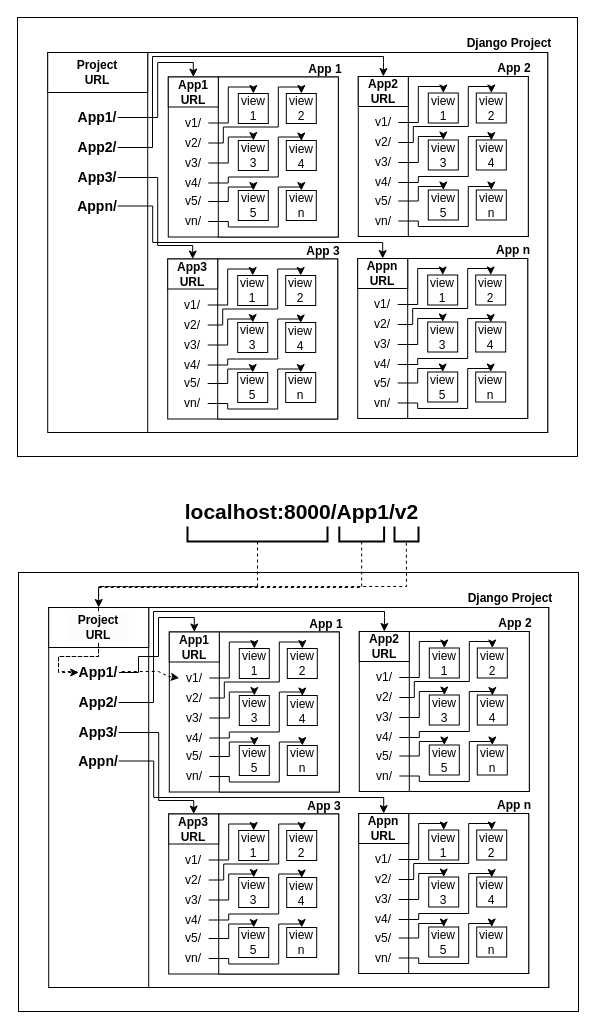
Earlier version of the draw.io diagram Diagram/Django Architecture.drawio (jb-sio/flowchart). Source tidied: cells renumbered, new cells numbered last; positions are measured from the earlier drawing's top-left corner, leaving out a move shared by most shapes. Both pictures are drawn from the tidied source at 100%, with x=0, y=0 at pixel (17, 17).
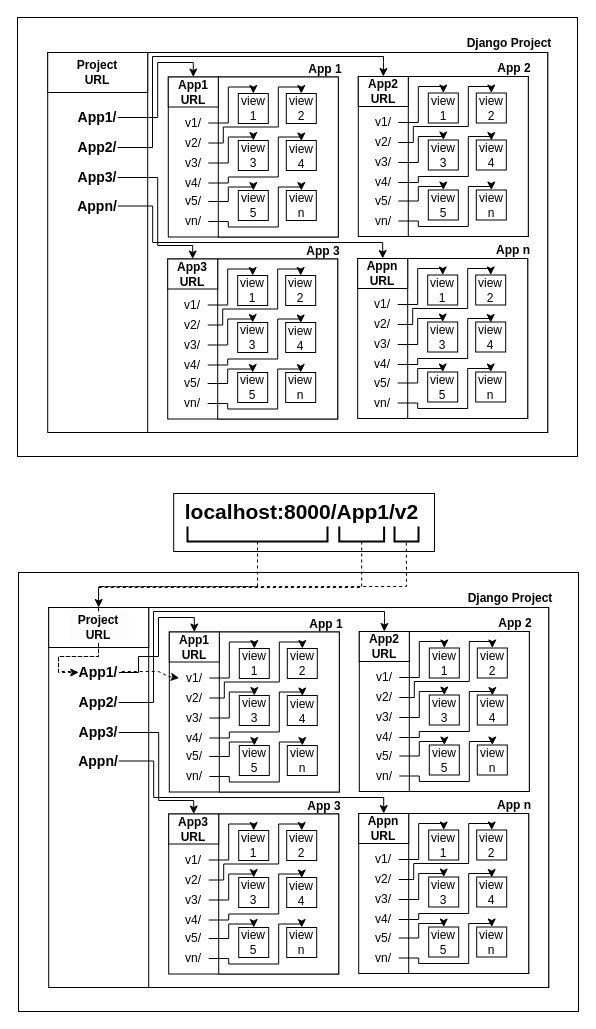
The same diagram, later.

The edit, as a diff of the source:
```diff
@@
+    <mxCell id="269" style="rounded=0;whiteSpace=wrap;html=1;" parent="1" vertex="1">
+      <mxGeometry x="156.2" y="476" width="260.8" height="58" as="geometry" />
+    </mxCell>
```
